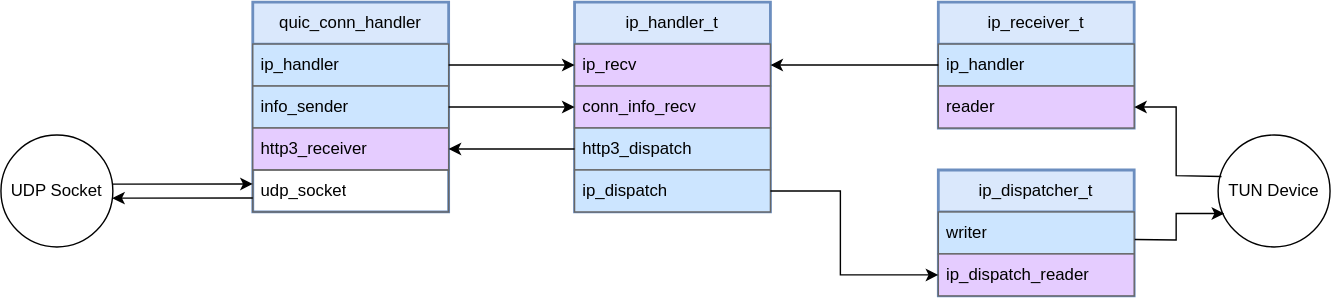
This is doc/wiki/client_thread_comm.svg from ErikBcd/masquerade, a draw.io export, as it was before one commit. Source tidied: cells renumbered, new cells last; positions are measured from the earlier drawing's top-left corner, leaving out a move shared by most shapes.
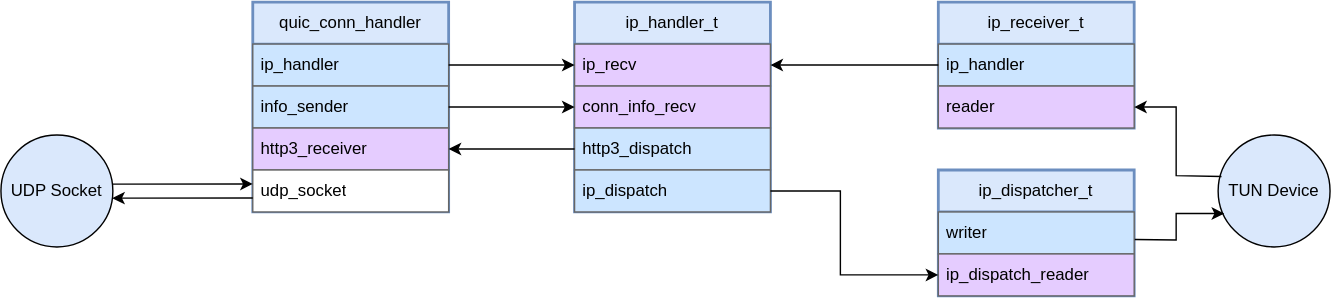
The same diagram one commit later.

Change to the diagram source:
```diff
@@ -2,10 +2,10 @@
   <root>
     <mxCell id="0" />
     <mxCell id="1" parent="0" />
-    <mxCell id="2" value="UDP Socket" style="ellipse;whiteSpace=wrap;html=1;" parent="1" vertex="1">
+    <mxCell id="2" value="UDP Socket" style="ellipse;whiteSpace=wrap;html=1;fillColor=#DAE8FC;" parent="1" vertex="1">
       <mxGeometry y="95" width="80" height="80" as="geometry" />
     </mxCell>
-    <mxCell id="3" value="TUN Device" style="ellipse;whiteSpace=wrap;html=1;" parent="1" vertex="1">
+    <mxCell id="3" value="TUN Device" style="ellipse;whiteSpace=wrap;html=1;fillColor=#DAE8FC;" parent="1" vertex="1">
       <mxGeometry x="870" y="95" width="80" height="80" as="geometry" />
     </mxCell>
     <mxCell id="4" value="quic_conn_handler" style="swimlane;fontStyle=0;horizontal=1;startSize=30;whiteSpace=wrap;html=1;fillColor=#dae8fc;strokeColor=#6c8ebf;rounded=0;glass=0;strokeWidth=2;" parent="1" vertex="1">
@@ -20,7 +20,7 @@
     <mxCell id="7" value="http3_receiver" style="text;strokeColor=#666666;fillColor=#E5CCFF;align=left;verticalAlign=middle;spacingLeft=4;spacingRight=4;overflow=hidden;points=[[0,0.5],[1,0.5]];portConstraint=eastwest;whiteSpace=wrap;html=1;strokeWidth=1;" parent="4" vertex="1">
       <mxGeometry y="90" width="140" height="30" as="geometry" />
     </mxCell>
-    <mxCell id="8" value="udp_socket" style="text;strokeColor=#666666;fillColor=none;align=left;verticalAlign=middle;spacingLeft=4;spacingRight=4;overflow=hidden;points=[[0,0.5],[1,0.5]];portConstraint=eastwest;whiteSpace=wrap;html=1;strokeWidth=1;" parent="4" vertex="1">
+    <mxCell id="8" value="udp_socket" style="text;strokeColor=#666666;fillColor=default;align=left;verticalAlign=middle;spacingLeft=4;spacingRight=4;overflow=hidden;points=[[0,0.5],[1,0.5]];portConstraint=eastwest;whiteSpace=wrap;html=1;strokeWidth=1;" parent="4" vertex="1">
       <mxGeometry y="120" width="140" height="30" as="geometry" />
     </mxCell>
     <mxCell id="9" value="ip_receiver_t" style="swimlane;fontStyle=0;horizontal=1;startSize=30;whiteSpace=wrap;html=1;fillColor=#dae8fc;strokeColor=#6c8ebf;rounded=0;glass=0;strokeWidth=2;" parent="1" vertex="1">
```
